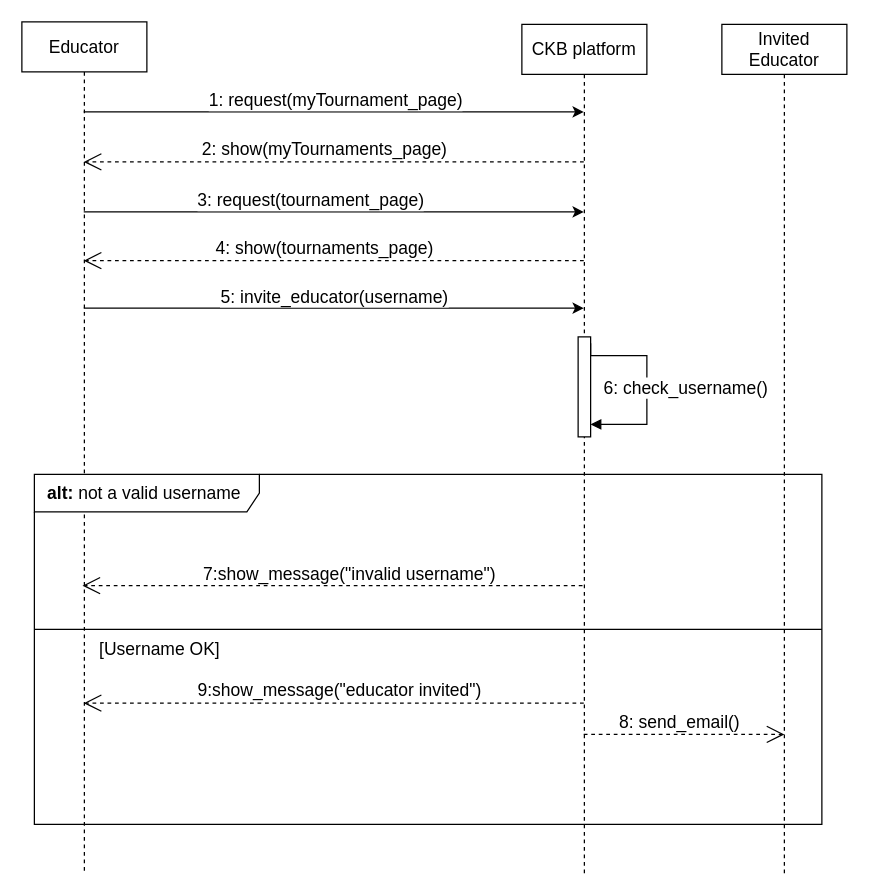
mttcrn/software-engineering-II-project keeps this draw.io diagram as page "Invite an educator" (5 of 19) of diagrams/sequence diagrams/sequence_diagrams.drawio. Above is the earlier version. Source tidied: cells renumbered, new cells numbered last; positions are measured from the earlier drawing's top-left corner, leaving out a move shared by most shapes. Both pictures are drawn from the tidied source at 125%, with x=0, y=0 at pixel (21, 21).
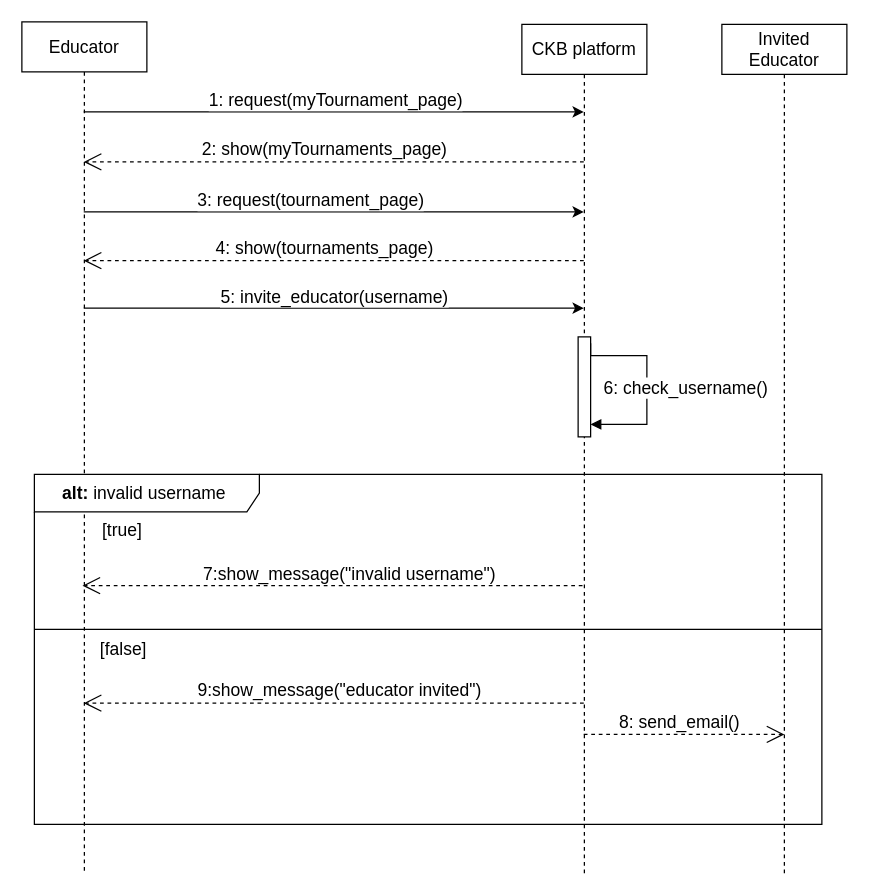
After the change.

The edit, as a diff of the source:
```diff
@@
-    <mxCell id="9" value="&lt;b style=&quot;font-size: 14px;&quot;&gt;alt: &lt;/b&gt;not a valid username&amp;nbsp;" style="shape=umlFrame;whiteSpace=wrap;html=1;width=180;height=30;fontSize=14;" parent="1" vertex="1">
+    <mxCell id="9" value="&lt;b style=&quot;font-size: 14px;&quot;&gt;alt: &lt;/b&gt;&lt;span style=&quot;font-size: 14px;&quot;&gt;invalid&amp;nbsp;&lt;/span&gt;username&amp;nbsp;" style="shape=umlFrame;whiteSpace=wrap;html=1;width=180;height=30;fontSize=14;" parent="1" vertex="1">
       <mxGeometry x="10" y="362" width="630" height="280" as="geometry" />
     </mxCell>
@@
-    <mxCell id="11" value="&lt;span style=&quot;font-size: 14px;&quot;&gt;[Username OK]&lt;/span&gt;" style="text;html=1;align=center;verticalAlign=middle;strokeColor=none;fillColor=none;fontSize=14;" parent="1" vertex="1">
-      <mxGeometry x="50" y="487" width="120" height="30" as="geometry" />
-    </mxCell>
@@
+    <mxCell id="22" value="&lt;span style=&quot;font-size: 14px;&quot;&gt;[false]&lt;/span&gt;" style="text;html=1;align=center;verticalAlign=middle;strokeColor=none;fillColor=none;fontSize=14;" parent="1" vertex="1">
+      <mxGeometry x="51" y="487" width="60" height="30" as="geometry" />
+    </mxCell>
+    <mxCell id="23" value="[true]" style="text;html=1;align=center;verticalAlign=middle;strokeColor=none;fillColor=none;fontSize=14;" parent="1" vertex="1">
+      <mxGeometry x="50" y="392" width="60" height="30" as="geometry" />
+    </mxCell>
```
